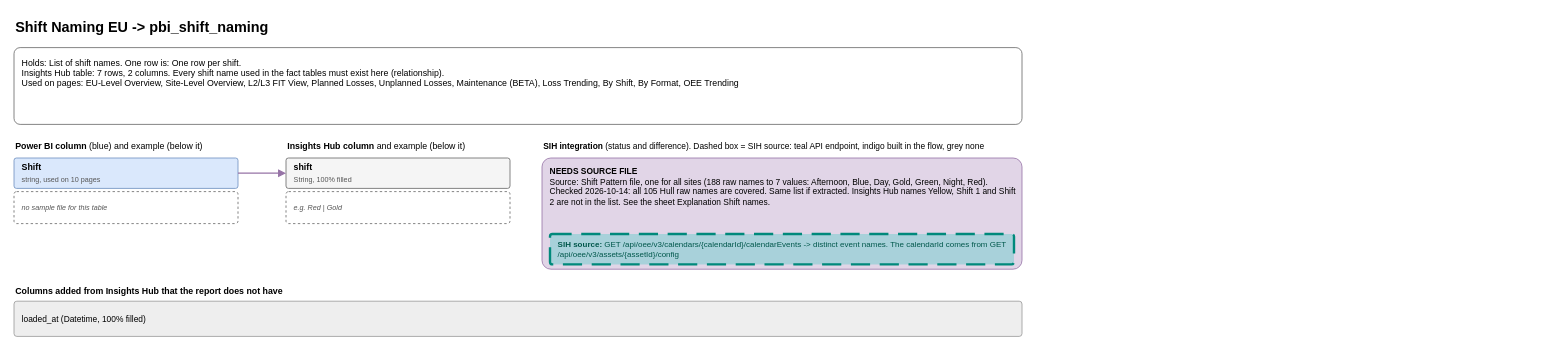
AbiyyuMufti/SIH-IBMX-R keeps this draw.io diagram as page "5 Shift Naming EU" (6 of 19) of diagrams/powerbi-data-map.drawio. Above is the earlier version. Source tidied: cells renumbered, new cells numbered last; positions are measured from the earlier drawing's top-left corner, leaving out a move shared by most shapes. Both pictures are drawn from the tidied source at 80%, with x=0, y=0 at pixel (14, 14).
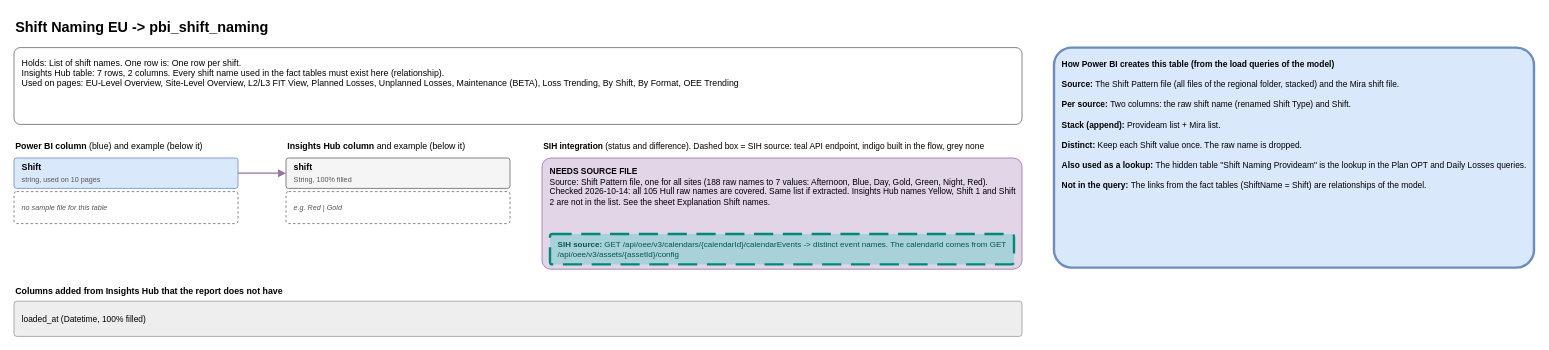
The same diagram, later.

Commit message (it also covers changes not shown here):
Diagram: how Power BI creates each of the 6 tables; merge helper for new cells

The edit, as a diff of the source:
```diff
@@
 <mxGraphModel>
   <root>
     <mxCell id="0" />
     <mxCell id="1" parent="0" />
     <mxCell id="2" value="&lt;b&gt;Shift Naming EU  -&amp;gt;  pbi_shift_naming&lt;/b&gt;" style="text;html=1;whiteSpace=wrap;align=left;verticalAlign=top;fontSize=12;fontSize=18;" parent="1" vertex="1">
       <mxGeometry width="1500" height="30" as="geometry" />
     </mxCell>
     <mxCell id="3" value="Holds: List of shift names. One row is: One row per shift.&lt;br&gt;Insights Hub table: 7 rows, 2 columns. Every shift name used in the fact tables must exist here (relationship).&lt;br&gt;Used on pages: EU-Level Overview, Site-Level Overview, L2/L3 FIT View, Planned Losses, Unplanned Losses, Maintenance (BETA), Loss Trending, By Shift, By Format, OEE Trending" style="rounded=1;whiteSpace=wrap;html=1;align=left;verticalAlign=middle;spacingLeft=8;spacingRight=6;spacingTop=2;spacingBottom=2;fontSize=11;arcSize=8;fillColor=#ffffff;strokeColor=#666666;verticalAlign=top;spacingTop=6;fontSize=11;" parent="1" vertex="1">
       <mxGeometry y="42" width="1260" height="96" as="geometry" />
     </mxCell>
     <mxCell id="4" value="&lt;b&gt;Power BI column&lt;/b&gt; (blue) and example (below it)" style="text;html=1;whiteSpace=wrap;align=left;verticalAlign=top;fontSize=12;fontSize=11;" parent="1" vertex="1">
       <mxGeometry y="152" width="270" height="20" as="geometry" />
     </mxCell>
     <mxCell id="5" value="&lt;b&gt;Insights Hub column&lt;/b&gt; and example (below it)" style="text;html=1;whiteSpace=wrap;align=left;verticalAlign=top;fontSize=12;fontSize=11;" parent="1" vertex="1">
       <mxGeometry x="340" y="152" width="270" height="20" as="geometry" />
     </mxCell>
     <mxCell id="6" value="&lt;b&gt;SIH integration&lt;/b&gt; (status and difference). Dashed box = SIH source: teal API endpoint, indigo built in the flow, grey none" style="text;html=1;whiteSpace=wrap;align=left;verticalAlign=top;fontSize=12;fontSize=10.5;" parent="1" vertex="1">
       <mxGeometry x="660" y="152" width="600" height="20" as="geometry" />
     </mxCell>
     <mxCell id="7" value="&lt;b&gt;Shift&lt;/b&gt;&lt;br&gt;&lt;font style=&quot;font-size:9px&quot; color=&quot;#555555&quot;&gt;string, used on 10 pages&lt;/font&gt;" style="rounded=1;whiteSpace=wrap;html=1;align=left;verticalAlign=middle;spacingLeft=8;spacingRight=6;spacingTop=2;spacingBottom=2;fontSize=11;arcSize=8;fillColor=#dae8fc;strokeColor=#6c8ebf;" parent="1" vertex="1">
       <mxGeometry y="180" width="280" height="38" as="geometry" />
     </mxCell>
     <mxCell id="8" value="&lt;font style=&quot;font-size:9px&quot; color=&quot;#555555&quot;&gt;no sample file for this table&lt;/font&gt;" style="rounded=1;whiteSpace=wrap;html=1;align=left;verticalAlign=middle;spacingLeft=8;spacingRight=6;spacingTop=2;spacingBottom=2;fontSize=11;arcSize=8;fillColor=#ffffff;strokeColor=#666666;dashed=1;fontStyle=2;" parent="1" vertex="1">
       <mxGeometry y="222" width="280" height="40" as="geometry" />
     </mxCell>
     <mxCell id="9" value="&lt;b&gt;shift&lt;/b&gt;&lt;br&gt;&lt;font style=&quot;font-size:9px&quot; color=&quot;#555555&quot;&gt;String, 100% filled&lt;/font&gt;" style="rounded=1;whiteSpace=wrap;html=1;align=left;verticalAlign=middle;spacingLeft=8;spacingRight=6;spacingTop=2;spacingBottom=2;fontSize=11;arcSize=8;fillColor=#f5f5f5;strokeColor=#666666;" parent="1" vertex="1">
       <mxGeometry x="340" y="180" width="280" height="38" as="geometry" />
     </mxCell>
     <mxCell id="10" value="&lt;font style=&quot;font-size:9px&quot; color=&quot;#555555&quot;&gt;e.g. Red | Gold&lt;/font&gt;" style="rounded=1;whiteSpace=wrap;html=1;align=left;verticalAlign=middle;spacingLeft=8;spacingRight=6;spacingTop=2;spacingBottom=2;fontSize=11;arcSize=8;fillColor=#ffffff;strokeColor=#666666;dashed=1;fontStyle=2;" parent="1" vertex="1">
       <mxGeometry x="340" y="222" width="280" height="40" as="geometry" />
     </mxCell>
     <mxCell id="11" style="edgeStyle=orthogonalEdgeStyle;html=1;endArrow=block;endFill=1;strokeWidth=1.5;strokeColor=#9673a6;" parent="1" edge="1" source="7" target="9">
       <mxGeometry relative="1" as="geometry" />
     </mxCell>
     <mxCell id="12" value="&lt;b&gt;NEEDS SOURCE FILE&lt;/b&gt;&lt;br&gt;Source: Shift Pattern file, one for all sites (188 raw names to 7 values: Afternoon, Blue, Day, Gold, Green, Night, Red). Checked 2026-10-14: all 105 Hull raw names are covered. Same list if extracted. Insights Hub names Yellow, Shift 1 and Shift 2 are not in the list. See the sheet Explanation Shift names." style="rounded=1;whiteSpace=wrap;html=1;align=left;verticalAlign=middle;spacingLeft=8;spacingRight=6;spacingTop=2;spacingBottom=2;fontSize=11;arcSize=8;fillColor=#e1d5e7;strokeColor=#9673a6;verticalAlign=top;spacingTop=4;fontSize=10.5;" parent="1" vertex="1">
       <mxGeometry x="660" y="180" width="600" height="139" as="geometry" />
     </mxCell>
     <mxCell id="13" value="&lt;b&gt;SIH source: &lt;/b&gt;GET /api/oee/v3/calendars/{calendarId}/calendarEvents -&amp;gt; distinct event names. The calendarId comes from GET /api/oee/v3/assets/{assetId}/config" style="rounded=1;whiteSpace=wrap;html=1;align=left;verticalAlign=middle;spacingLeft=8;spacingRight=6;spacingTop=2;spacingBottom=2;fontSize=11;arcSize=8;fillColor=#26C6B8;strokeColor=#00897B;verticalAlign=middle;fontSize=10;dashed=1;dashPattern=8 4;strokeWidth=3;fillOpacity=30;fontColor=#00574B;" parent="1" vertex="1">
       <mxGeometry x="670" y="275" width="580" height="38" as="geometry" />
     </mxCell>
     <mxCell id="14" value="&lt;b&gt;Columns added from Insights Hub that the report does not have&lt;/b&gt;" style="text;html=1;whiteSpace=wrap;align=left;verticalAlign=top;fontSize=12;fontSize=11;" parent="1" vertex="1">
       <mxGeometry y="333" width="1260" height="20" as="geometry" />
     </mxCell>
     <mxCell id="15" value="loaded_at (Datetime, 100% filled)" style="rounded=1;whiteSpace=wrap;html=1;align=left;verticalAlign=middle;spacingLeft=8;spacingRight=6;spacingTop=2;spacingBottom=2;fontSize=11;arcSize=8;fillColor=#eeeeee;strokeColor=#999999;fontSize=10.5;" parent="1" vertex="1">
       <mxGeometry y="359" width="1260" height="44" as="geometry" />
     </mxCell>
+    <mxCell id="16" value="&lt;b&gt;How Power BI creates this table (from the load queries of the model)&lt;/b&gt;&lt;br&gt;&lt;br&gt;&lt;b&gt;Source: &lt;/b&gt;The Shift Pattern file (all files of the regional folder, stacked) and the Mira shift file.&lt;br&gt;&lt;br&gt;&lt;b&gt;Per source: &lt;/b&gt;Two columns: the raw shift name (renamed Shift Type) and Shift.&lt;br&gt;&lt;br&gt;&lt;b&gt;Stack (append): &lt;/b&gt;Provideam list + Mira list.&lt;br&gt;&lt;br&gt;&lt;b&gt;Distinct: &lt;/b&gt;Keep each Shift value once. The raw name is dropped.&lt;br&gt;&lt;br&gt;&lt;b&gt;Also used as a lookup: &lt;/b&gt;The hidden table &amp;quot;Shift Naming Provideam&amp;quot; is the lookup in the Plan OPT and Daily Losses queries.&lt;br&gt;&lt;br&gt;&lt;b&gt;Not in the query: &lt;/b&gt;The links from the fact tables (ShiftName = Shift) are relationships of the model." style="rounded=1;whiteSpace=wrap;html=1;align=left;verticalAlign=middle;spacingLeft=8;spacingRight=6;spacingTop=2;spacingBottom=2;fontSize=11;arcSize=8;fillColor=#dae8fc;strokeColor=#6c8ebf;verticalAlign=top;spacingTop=8;fontSize=10.5;strokeWidth=3;" parent="1" vertex="1">
+      <mxGeometry x="1300" y="42" width="600" height="275" as="geometry" />
+    </mxCell>
   </root>
 </mxGraphModel>
```
